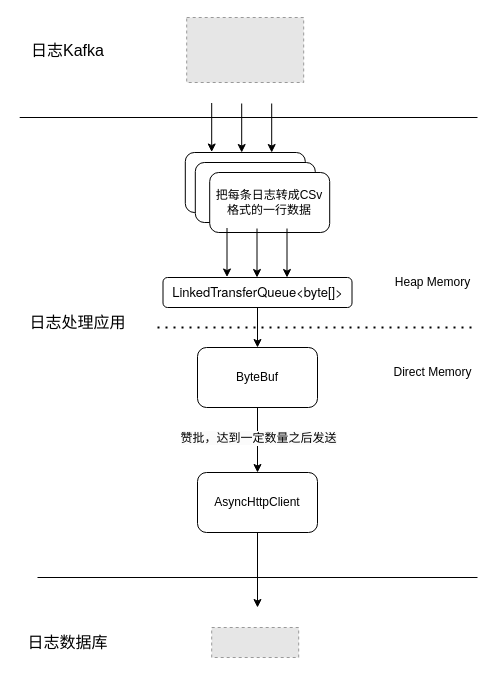
Before: page "数据写入方案二" (2 of 3) of Doris接入分享.drawio in maxuewen/draw.io, a draw.io diagram. Source tidied: cells renumbered, new cells numbered last; positions are measured from the earlier drawing's top-left corner, leaving out a move shared by most shapes. Both pictures are drawn from the tidied source at 100%, with x=0, y=0 at pixel (17, 17). Pictures stored in the file or linked from it are replaced by grey dashed boxes.
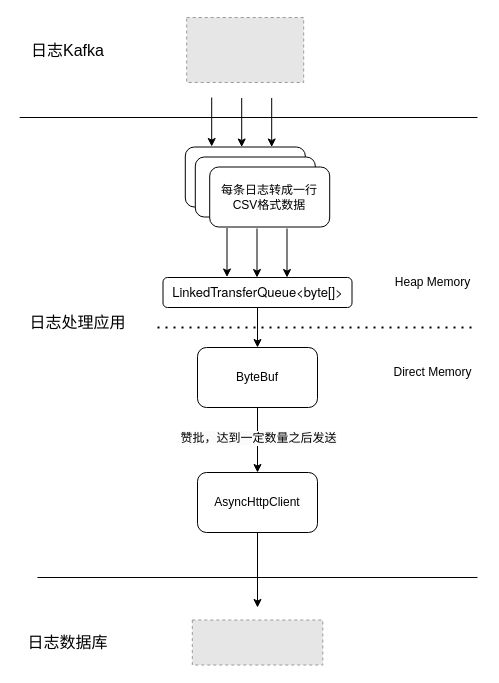
Above is the later version.

Change to the diagram source:
```diff
@@
     <mxCell id="7" style="rounded=1;whiteSpace=wrap;html=1;" parent="1" vertex="1">
-      <mxGeometry x="167.8" y="135" width="120" height="60" as="geometry" />
+      <mxGeometry x="167.8" y="129.5" width="120" height="60" as="geometry" />
     </mxCell>
     <mxCell id="8" style="rounded=1;whiteSpace=wrap;html=1;" parent="1" vertex="1">
-      <mxGeometry x="177.8" y="145" width="120" height="60" as="geometry" />
+      <mxGeometry x="177.8" y="139.5" width="120" height="60" as="geometry" />
     </mxCell>
-    <mxCell id="9" value="把每条日志转成CSv格式的一行数据" style="rounded=1;whiteSpace=wrap;html=1;" parent="1" vertex="1">
-      <mxGeometry x="192.2" y="155" width="120" height="60" as="geometry" />
+    <mxCell id="9" value="每条日志转成一行CSV格式数据" style="rounded=1;whiteSpace=wrap;html=1;" parent="1" vertex="1">
+      <mxGeometry x="192.2" y="149.5" width="120" height="60" as="geometry" />
     </mxCell>
@@
     <mxCell id="21" style="fillColor=#E6E6E6;strokeColor=#999999;dashed=1;verticalLabelPosition=bottom;labelBackgroundColor=default;verticalAlign=top;" parent="1" vertex="1">
-      <mxGeometry x="194.2" y="610" width="87" height="30" as="geometry" />
+      <mxGeometry x="174.8" y="602.5" width="130.5" height="45" as="geometry" />
     </mxCell>
     <mxCell id="22" style="endArrow=classic;html=1;rounded=0;entryX=0.135;entryY=0.05;entryDx=0;entryDy=0;entryPerimeter=0;" parent="1" edge="1">
       <mxGeometry relative="1" as="geometry">
-        <mxPoint x="194.2" y="85.5" as="sourcePoint" />
-        <mxPoint x="194.2" y="134.5" as="targetPoint" />
+        <mxPoint x="194.2" y="80" as="sourcePoint" />
+        <mxPoint x="194.2" y="129" as="targetPoint" />
       </mxGeometry>
     </mxCell>
     <mxCell id="23" style="endArrow=classic;html=1;rounded=0;entryX=0.135;entryY=0.05;entryDx=0;entryDy=0;entryPerimeter=0;" parent="1" edge="1">
       <mxGeometry relative="1" as="geometry">
-        <mxPoint x="224.2" y="86" as="sourcePoint" />
-        <mxPoint x="224.2" y="135" as="targetPoint" />
+        <mxPoint x="224.2" y="80.5" as="sourcePoint" />
+        <mxPoint x="224.2" y="129.5" as="targetPoint" />
       </mxGeometry>
     </mxCell>
     <mxCell id="24" style="endArrow=classic;html=1;rounded=0;entryX=0.135;entryY=0.05;entryDx=0;entryDy=0;entryPerimeter=0;" parent="1" edge="1">
       <mxGeometry relative="1" as="geometry">
-        <mxPoint x="254.2" y="86" as="sourcePoint" />
-        <mxPoint x="254.2" y="135" as="targetPoint" />
+        <mxPoint x="254.2" y="80.5" as="sourcePoint" />
+        <mxPoint x="254.2" y="129.5" as="targetPoint" />
       </mxGeometry>
     </mxCell>
```
